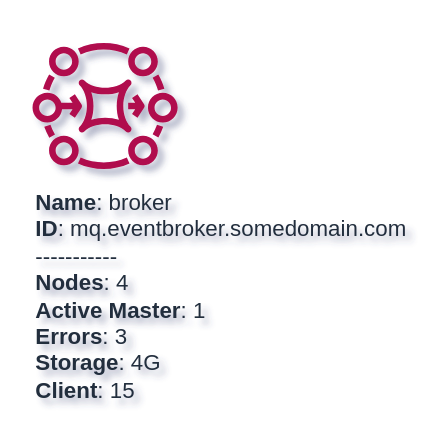
Earlier version of the draw.io diagram docs/docs/onprem-components/output/drawio/mq_broker.drawio (tsypuk/multicloud-diagrams). Source tidied: cells renumbered, new cells numbered last; positions are measured from the earlier drawing's top-left corner, leaving out a move shared by most shapes. Both pictures are drawn from the tidied source at 186%, with x=0, y=0 at pixel (32, 32).
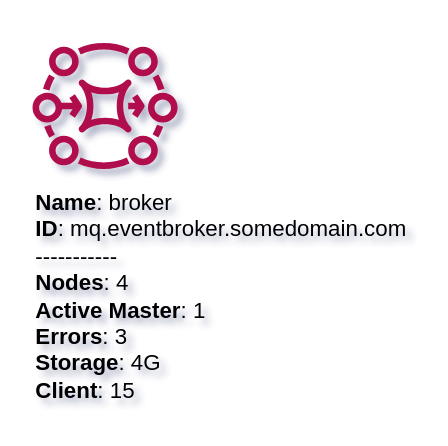
The same diagram, later.

What changed in the source:
```diff
@@
 <mxGraphModel shadow="1">
   <root>
     <mxCell id="0" />
     <mxCell id="1" parent="0" />
-    <mxCell id="2" value="&lt;b&gt;Name&lt;/b&gt;: broker&lt;BR&gt;&lt;b&gt;ID&lt;/b&gt;: mq.eventbroker.somedomain.com&lt;BR&gt;-----------&lt;BR&gt;&lt;b&gt;Nodes&lt;/b&gt;: 4&lt;BR&gt;&lt;b&gt;Active Master&lt;/b&gt;: 1&lt;BR&gt;&lt;b&gt;Errors&lt;/b&gt;: 3&lt;BR&gt;&lt;b&gt;Storage&lt;/b&gt;: 4G&lt;BR&gt;&lt;b&gt;Client&lt;/b&gt;: 15" style="sketch=0;fontColor=#232F3E;gradientColor=none;fillColor=#B0084D;strokeColor=none;dashed=0;verticalLabelPosition=bottom;verticalAlign=top;align=left;html=1;fontSize=12;fontStyle=0;shape=mxgraph.aws4.mq_broker;" parent="1" vertex="1">
+    <mxCell id="2" value="&lt;b&gt;Name&lt;/b&gt;: broker&lt;BR&gt;&lt;b&gt;ID&lt;/b&gt;: mq.eventbroker.somedomain.com&lt;BR&gt;-----------&lt;BR&gt;&lt;b&gt;Nodes&lt;/b&gt;: 4&lt;BR&gt;&lt;b&gt;Active Master&lt;/b&gt;: 1&lt;BR&gt;&lt;b&gt;Errors&lt;/b&gt;: 3&lt;BR&gt;&lt;b&gt;Storage&lt;/b&gt;: 4G&lt;BR&gt;&lt;b&gt;Client&lt;/b&gt;: 15" style="sketch=0;gradientColor=none;fillColor=#B0084D;strokeColor=none;dashed=0;verticalLabelPosition=bottom;verticalAlign=top;align=left;html=1;fontSize=12;fontStyle=0;shape=mxgraph.aws4.mq_broker;" parent="1" vertex="1">
       <mxGeometry width="78" height="78" as="geometry" />
     </mxCell>
   </root>
 </mxGraphModel>
```
